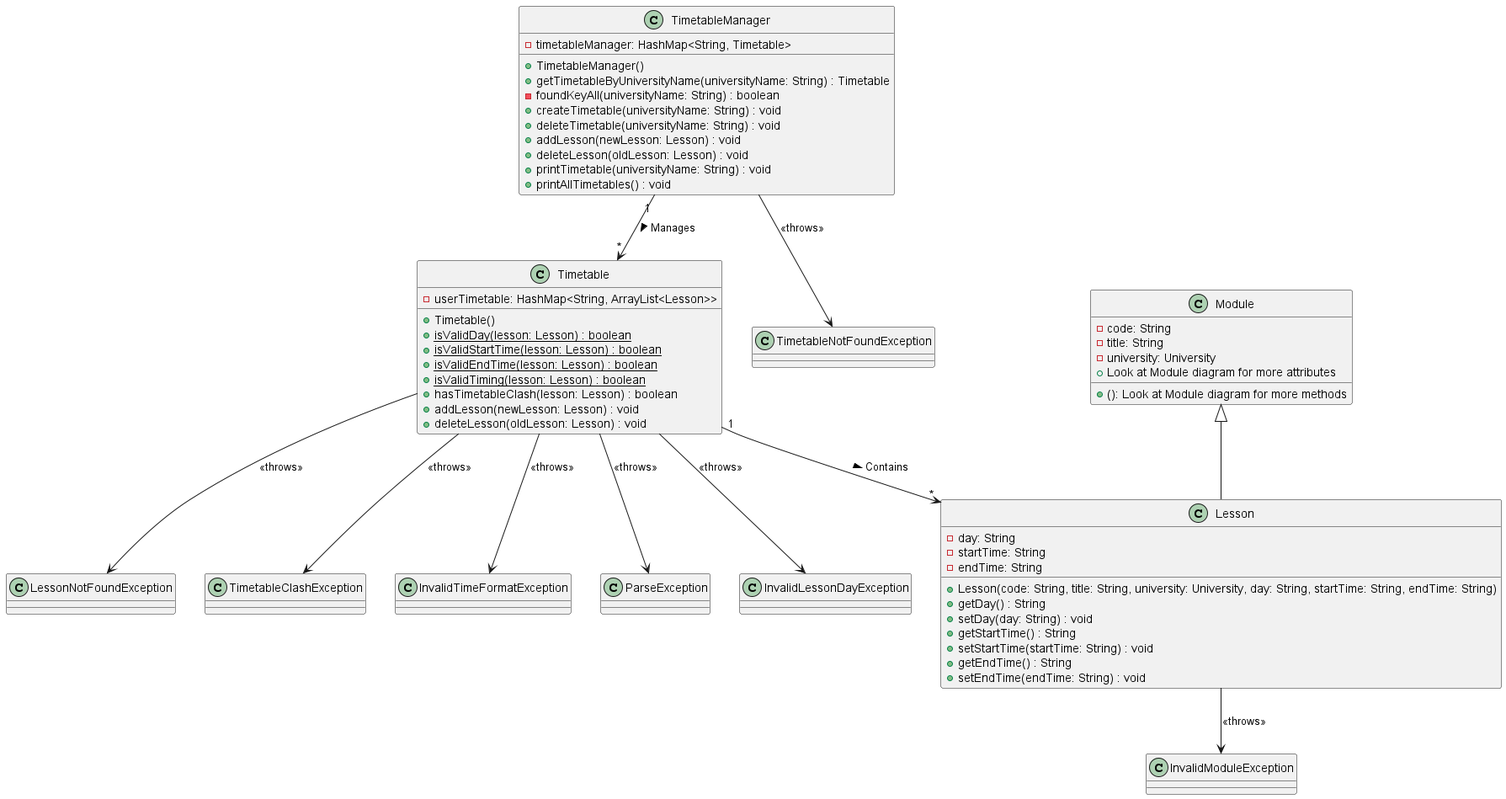
nus-cs2113-AY2223S1/tp keeps this PlantUML diagram as docs/images/Timetable_Class.png. Above is the earlier version.
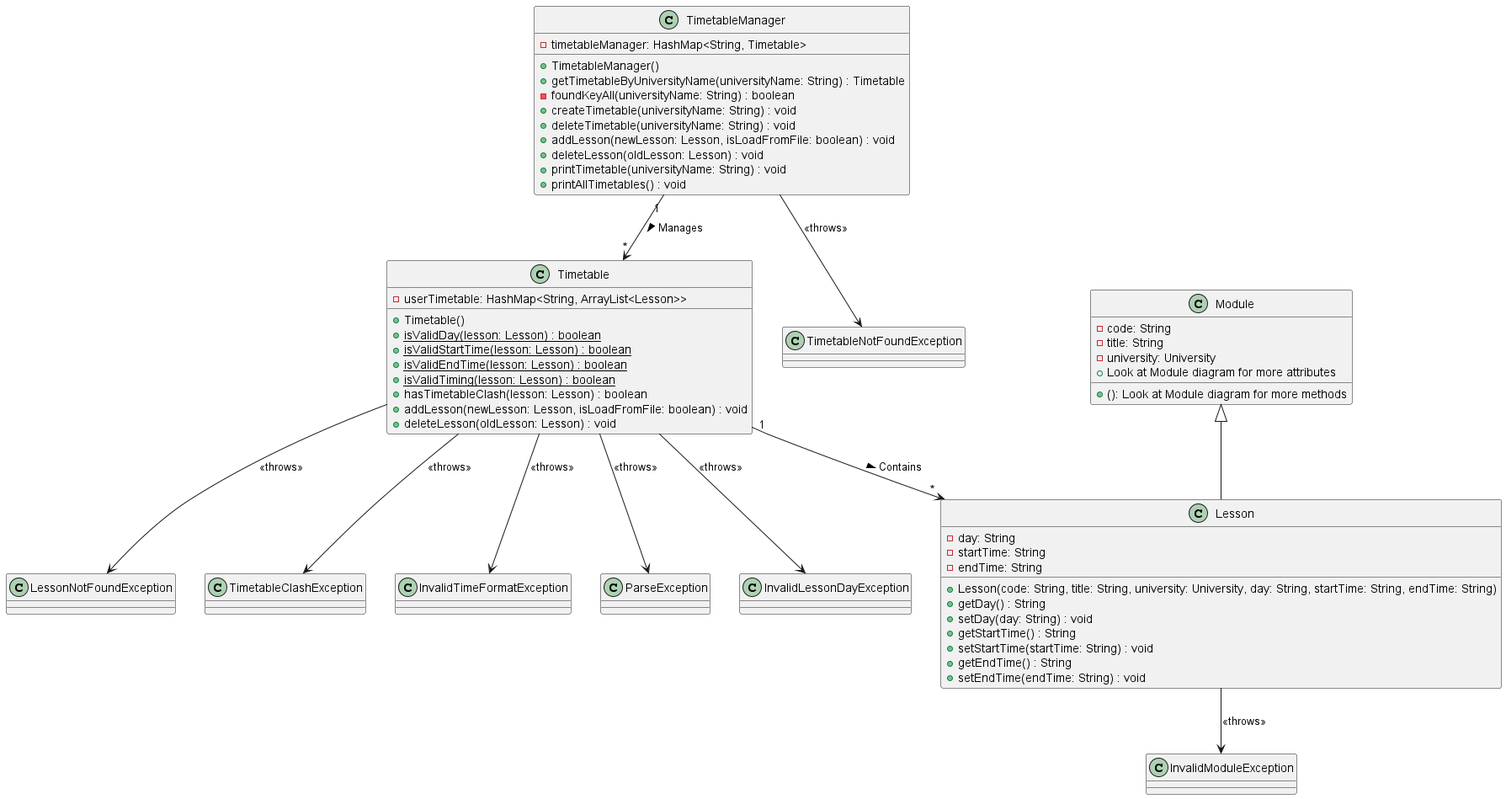
The same file after the commit.

Commit message:
Add sequence diagrams for Timetable

Diff of the diagram source:
```diff
@@ -7,7 +7,7 @@
     - foundKeyAll(universityName: String) : boolean
     + createTimetable(universityName: String) : void
     + deleteTimetable(universityName: String) : void
-    + addLesson(newLesson: Lesson) : void
+    + addLesson(newLesson: Lesson, isLoadFromFile: boolean) : void
     + deleteLesson(oldLesson: Lesson) : void
     + printTimetable(universityName: String) : void
     + printAllTimetables() : void
@@ -21,7 +21,7 @@
     {static} + isValidEndTime(lesson: Lesson) : boolean
     {static} + isValidTiming(lesson: Lesson) : boolean
     + hasTimetableClash(lesson: Lesson) : boolean
-    + addLesson(newLesson: Lesson) : void
+    + addLesson(newLesson: Lesson, isLoadFromFile: boolean) : void
     + deleteLesson(oldLesson: Lesson) : void
 }
 
```
